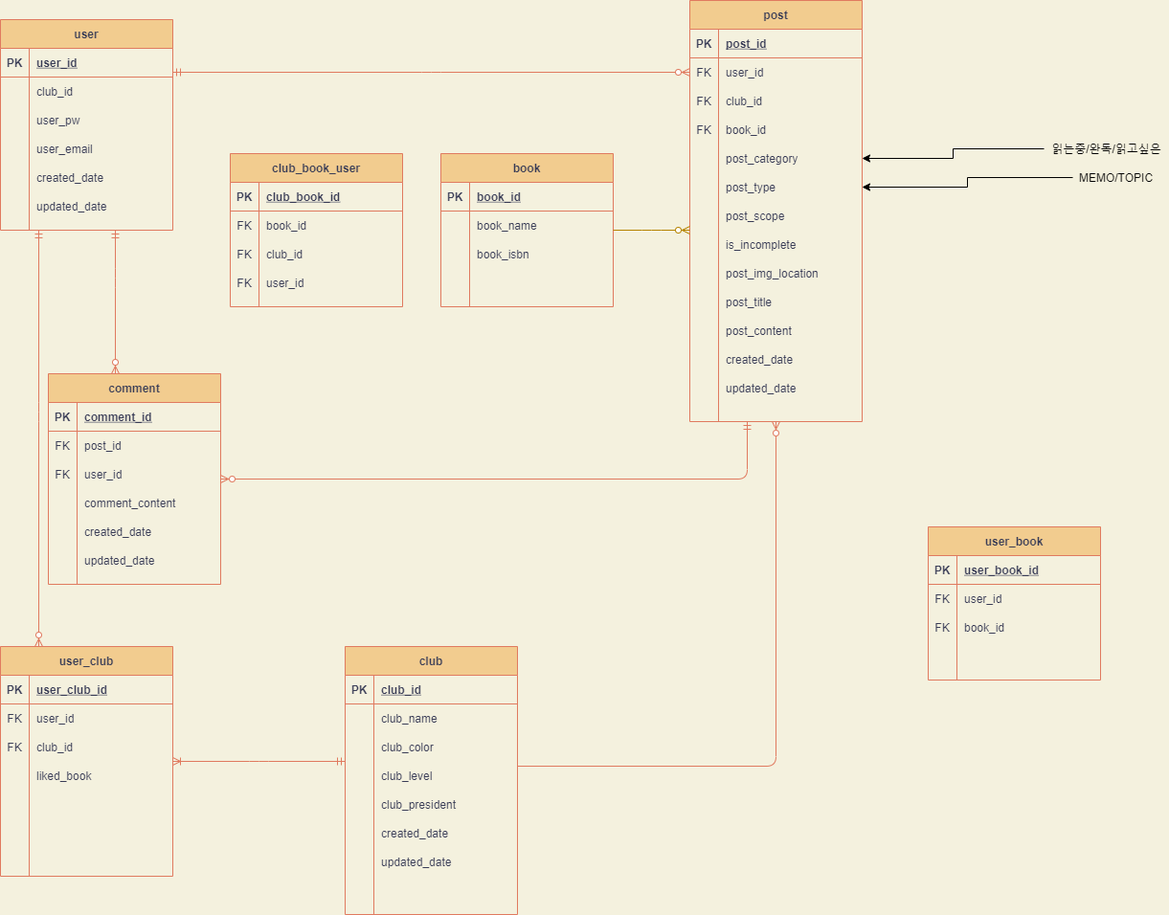
CYC0227/mangpoERD keeps this draw.io diagram as mangpo_ERD.png. Above is the earlier version. Source tidied: cells renumbered, new cells last; positions are measured from the earlier drawing's top-left corner, leaving out a move shared by most shapes.
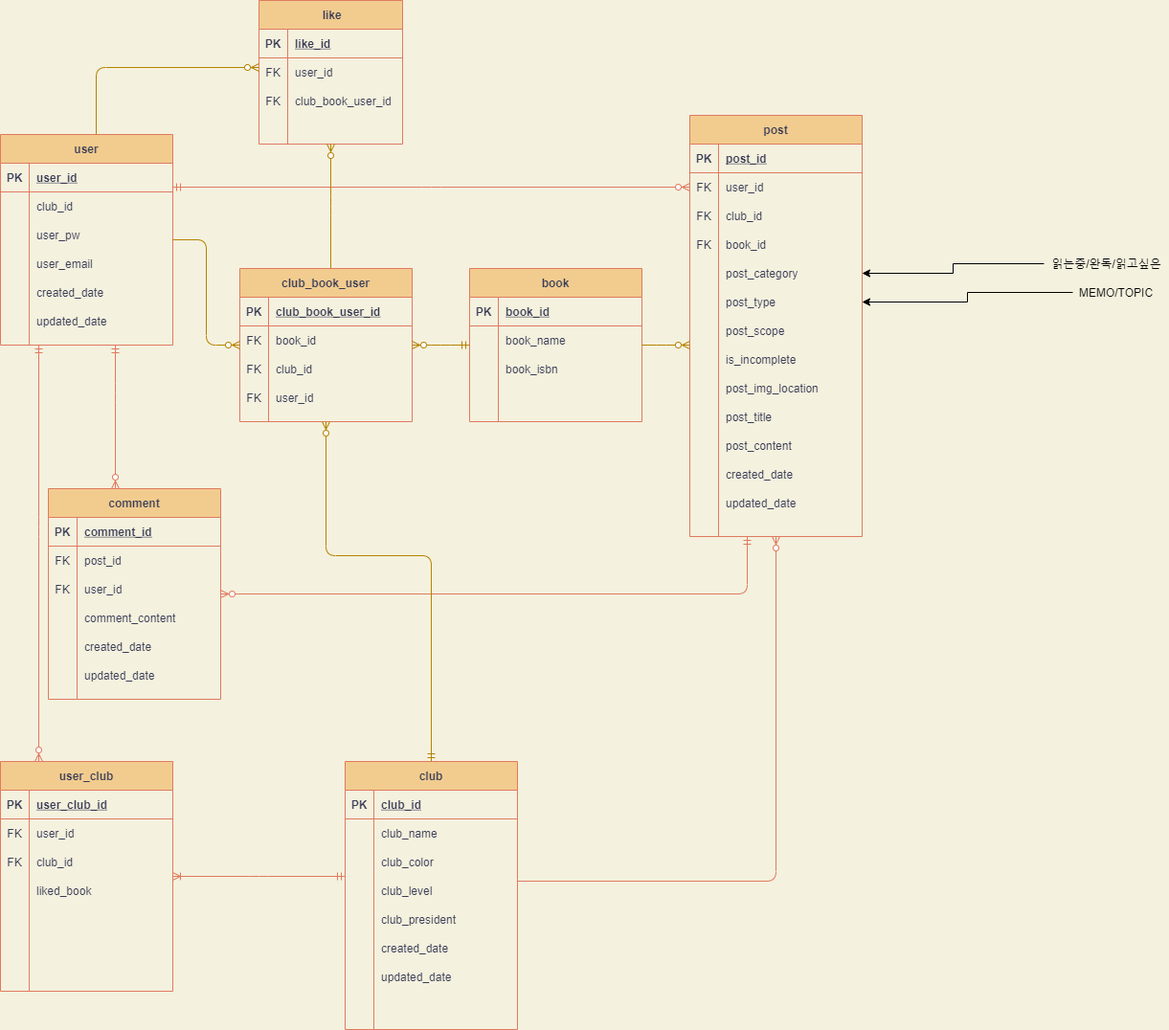
The same file after the commit.

What changed in the source:
```diff
@@ -409,7 +409,7 @@
       <mxGeometry relative="1" as="geometry" />
     </mxCell>
     <mxCell id="134" value="book" style="shape=table;startSize=30;rowLines=0;fontStyle=1;align=center;fillColor=#F2CC8F;strokeColor=#E07A5F;fontColor=#393C56;" parent="1" vertex="1">
-      <mxGeometry x="460" y="160" width="180" height="160" as="geometry" />
+      <mxGeometry x="490" y="160" width="180" height="160" as="geometry" />
     </mxCell>
     <mxCell id="135" style="shape=partialRectangle;fillColor=none;top=0;left=0;bottom=1;right=0;strokeColor=#E07A5F;fontColor=#393C56;" parent="134" vertex="1">
       <mxGeometry y="30" width="180" height="30" as="geometry" />
@@ -480,47 +480,8 @@
     <mxCell id="153" style="edgeStyle=elbowEdgeStyle;fontSize=12;html=1;endArrow=ERzeroToMany;endFill=1;elbow=vertical;fillColor=#ffe6cc;strokeColor=#B58300;" parent="1" edge="1" source="134" target="21">
       <mxGeometry relative="1" as="geometry" />
     </mxCell>
-    <mxCell id="154" value="user_book" style="shape=table;startSize=30;rowLines=0;fontStyle=1;align=center;fillColor=#F2CC8F;strokeColor=#E07A5F;fontColor=#393C56;" parent="1" vertex="1">
-      <mxGeometry x="969" y="550" width="180" height="160" as="geometry" />
-    </mxCell>
-    <mxCell id="155" style="shape=partialRectangle;fillColor=none;top=0;left=0;bottom=1;right=0;strokeColor=#E07A5F;fontColor=#393C56;" parent="154" vertex="1">
-      <mxGeometry y="30" width="180" height="30" as="geometry" />
-    </mxCell>
-    <mxCell id="156" value="PK" style="shape=partialRectangle;fillColor=none;top=0;left=0;bottom=0;right=0;fontStyle=1;overflow=hidden;strokeColor=#E07A5F;fontColor=#393C56;" parent="155" vertex="1">
-      <mxGeometry width="30" height="30" as="geometry" />
-    </mxCell>
-    <mxCell id="157" value="user_book_id" style="shape=partialRectangle;fillColor=none;top=0;left=0;bottom=0;right=0;align=left;spacingLeft=6;fontStyle=5;overflow=hidden;strokeColor=#E07A5F;fontColor=#393C56;" parent="155" vertex="1">
-      <mxGeometry x="30" width="150" height="30" as="geometry" />
-    </mxCell>
-    <mxCell id="158" style="shape=partialRectangle;fillColor=none;top=0;left=0;bottom=0;right=0;strokeColor=#E07A5F;fontColor=#393C56;" parent="154" vertex="1">
-      <mxGeometry y="60" width="180" height="30" as="geometry" />
-    </mxCell>
-    <mxCell id="159" value="FK" style="shape=partialRectangle;fillColor=none;top=0;left=0;bottom=0;right=0;overflow=hidden;strokeColor=#E07A5F;fontColor=#393C56;" parent="158" vertex="1">
-      <mxGeometry width="30" height="30" as="geometry" />
-    </mxCell>
-    <mxCell id="160" value="user_id" style="shape=partialRectangle;fillColor=none;top=0;left=0;bottom=0;right=0;align=left;spacingLeft=6;overflow=hidden;strokeColor=#E07A5F;fontColor=#393C56;" parent="158" vertex="1">
-      <mxGeometry x="30" width="150" height="30" as="geometry" />
-    </mxCell>
-    <mxCell id="161" style="shape=partialRectangle;fillColor=none;top=0;left=0;bottom=0;right=0;strokeColor=#E07A5F;fontColor=#393C56;" parent="154" vertex="1">
-      <mxGeometry y="90" width="180" height="30" as="geometry" />
-    </mxCell>
-    <mxCell id="162" value="FK" style="shape=partialRectangle;fillColor=none;top=0;left=0;bottom=0;right=0;overflow=hidden;strokeColor=#E07A5F;fontColor=#393C56;" parent="161" vertex="1">
-      <mxGeometry width="30" height="30" as="geometry" />
-    </mxCell>
-    <mxCell id="163" value="book_id" style="shape=partialRectangle;fillColor=none;top=0;left=0;bottom=0;right=0;align=left;spacingLeft=6;overflow=hidden;strokeColor=#E07A5F;fontColor=#393C56;" parent="161" vertex="1">
-      <mxGeometry x="30" width="150" height="30" as="geometry" />
-    </mxCell>
-    <mxCell id="164" style="shape=partialRectangle;fillColor=none;top=0;left=0;bottom=0;right=0;strokeColor=#E07A5F;fontColor=#393C56;" parent="154" vertex="1">
-      <mxGeometry y="120" width="180" height="30" as="geometry" />
-    </mxCell>
-    <mxCell id="165" style="shape=partialRectangle;fillColor=none;top=0;left=0;bottom=0;right=0;overflow=hidden;strokeColor=#E07A5F;fontColor=#393C56;" parent="164" vertex="1">
-      <mxGeometry width="30" height="30" as="geometry" />
-    </mxCell>
-    <mxCell id="166" style="shape=partialRectangle;fillColor=none;top=0;left=0;bottom=0;right=0;align=left;spacingLeft=6;overflow=hidden;strokeColor=#E07A5F;fontColor=#393C56;" parent="164" vertex="1">
-      <mxGeometry x="30" width="150" height="30" as="geometry" />
-    </mxCell>
     <mxCell id="167" value="club_book_user" style="shape=table;startSize=30;rowLines=0;fontStyle=1;align=center;fillColor=#F2CC8F;strokeColor=#E07A5F;fontColor=#393C56;" parent="1" vertex="1">
-      <mxGeometry x="240" y="160" width="180" height="160" as="geometry" />
+      <mxGeometry x="250" y="160" width="180" height="160" as="geometry" />
     </mxCell>
     <mxCell id="168" style="shape=partialRectangle;fillColor=none;top=0;left=0;bottom=1;right=0;strokeColor=#E07A5F;fontColor=#393C56;" parent="167" vertex="1">
       <mxGeometry y="30" width="180" height="30" as="geometry" />
@@ -528,7 +489,7 @@
     <mxCell id="169" value="PK" style="shape=partialRectangle;fillColor=none;top=0;left=0;bottom=0;right=0;fontStyle=1;overflow=hidden;strokeColor=#E07A5F;fontColor=#393C56;" parent="168" vertex="1">
       <mxGeometry width="30" height="30" as="geometry" />
     </mxCell>
-    <mxCell id="170" value="club_book_id" style="shape=partialRectangle;fillColor=none;top=0;left=0;bottom=0;right=0;align=left;spacingLeft=6;fontStyle=5;overflow=hidden;strokeColor=#E07A5F;fontColor=#393C56;" parent="168" vertex="1">
+    <mxCell id="170" value="club_book_user_id" style="shape=partialRectangle;fillColor=none;top=0;left=0;bottom=0;right=0;align=left;spacingLeft=6;fontStyle=5;overflow=hidden;strokeColor=#E07A5F;fontColor=#393C56;" parent="168" vertex="1">
       <mxGeometry x="30" width="150" height="30" as="geometry" />
     </mxCell>
     <mxCell id="171" style="shape=partialRectangle;fillColor=none;top=0;left=0;bottom=0;right=0;strokeColor=#E07A5F;fontColor=#393C56;" parent="167" vertex="1">
@@ -558,5 +519,69 @@
     <mxCell id="179" value="user_id" style="shape=partialRectangle;fillColor=none;top=0;left=0;bottom=0;right=0;align=left;spacingLeft=6;overflow=hidden;strokeColor=#E07A5F;fontColor=#393C56;" parent="177" vertex="1">
       <mxGeometry x="30" width="150" height="30" as="geometry" />
     </mxCell>
+    <mxCell id="180" style="edgeStyle=entityRelationEdgeStyle;fontSize=12;html=1;endArrow=ERzeroToMany;startArrow=ERmandOne;strokeColor=#B58300;" parent="1" edge="1" source="134" target="167">
+      <mxGeometry relative="1" as="geometry" />
+    </mxCell>
+    <mxCell id="181" style="edgeStyle=elbowEdgeStyle;fontSize=12;html=1;endArrow=ERzeroToMany;startArrow=ERmandOne;strokeColor=#B58300;elbow=vertical;" parent="1" edge="1" source="64" target="167">
+      <mxGeometry relative="1" as="geometry">
+        <Array as="points">
+          <mxPoint x="340" y="460" />
+          <mxPoint x="400" y="180" />
+          <mxPoint x="390" y="430" />
+        </Array>
+      </mxGeometry>
+    </mxCell>
+    <mxCell id="182" style="edgeStyle=elbowEdgeStyle;fontSize=12;html=1;endArrow=ERzeroToMany;endFill=1;strokeColor=#B58300;" parent="1" edge="1" source="2" target="167">
+      <mxGeometry relative="1" as="geometry" />
+    </mxCell>
+    <mxCell id="183" value=" like" style="shape=table;startSize=30;rowLines=0;fontStyle=1;align=center;fillColor=#F2CC8F;strokeColor=#E07A5F;fontColor=#393C56;" parent="1" vertex="1">
+      <mxGeometry x="270" y="-120" width="150" height="150" as="geometry" />
+    </mxCell>
+    <mxCell id="184" style="shape=partialRectangle;fillColor=none;top=0;left=0;bottom=1;right=0;strokeColor=#E07A5F;fontColor=#393C56;" parent="183" vertex="1">
+      <mxGeometry y="30" width="150" height="30" as="geometry" />
+    </mxCell>
+    <mxCell id="156" value="PK" style="shape=partialRectangle;fillColor=none;top=0;left=0;bottom=0;right=0;fontStyle=1;overflow=hidden;strokeColor=#E07A5F;fontColor=#393C56;" parent="184" vertex="1">
+      <mxGeometry width="30" height="30" as="geometry" />
+    </mxCell>
+    <mxCell id="185" value="like_id" style="shape=partialRectangle;fillColor=none;top=0;left=0;bottom=0;right=0;align=left;spacingLeft=6;fontStyle=5;overflow=hidden;strokeColor=#E07A5F;fontColor=#393C56;" parent="184" vertex="1">
+      <mxGeometry x="30" width="120" height="30" as="geometry" />
+    </mxCell>
+    <mxCell id="186" style="shape=partialRectangle;fillColor=none;top=0;left=0;bottom=0;right=0;strokeColor=#E07A5F;fontColor=#393C56;" parent="183" vertex="1">
+      <mxGeometry y="60" width="150" height="30" as="geometry" />
+    </mxCell>
+    <mxCell id="187" value="FK" style="shape=partialRectangle;fillColor=none;top=0;left=0;bottom=0;right=0;overflow=hidden;strokeColor=#E07A5F;fontColor=#393C56;" parent="186" vertex="1">
+      <mxGeometry width="30" height="30" as="geometry" />
+    </mxCell>
+    <mxCell id="160" value="user_id" style="shape=partialRectangle;fillColor=none;top=0;left=0;bottom=0;right=0;align=left;spacingLeft=6;overflow=hidden;strokeColor=#E07A5F;fontColor=#393C56;" parent="186" vertex="1">
+      <mxGeometry x="30" width="120" height="30" as="geometry" />
+    </mxCell>
+    <mxCell id="188" style="shape=partialRectangle;fillColor=none;top=0;left=0;bottom=0;right=0;strokeColor=#E07A5F;fontColor=#393C56;" parent="183" vertex="1">
+      <mxGeometry y="90" width="150" height="30" as="geometry" />
+    </mxCell>
+    <mxCell id="189" value="FK" style="shape=partialRectangle;fillColor=none;top=0;left=0;bottom=0;right=0;overflow=hidden;strokeColor=#E07A5F;fontColor=#393C56;" parent="188" vertex="1">
+      <mxGeometry width="30" height="30" as="geometry" />
+    </mxCell>
+    <mxCell id="190" value="club_book_user_id" style="shape=partialRectangle;fillColor=none;top=0;left=0;bottom=0;right=0;align=left;spacingLeft=6;overflow=hidden;strokeColor=#E07A5F;fontColor=#393C56;" parent="188" vertex="1">
+      <mxGeometry x="30" width="120" height="30" as="geometry" />
+    </mxCell>
+    <mxCell id="191" style="shape=partialRectangle;fillColor=none;top=0;left=0;bottom=0;right=0;strokeColor=#E07A5F;fontColor=#393C56;" parent="183" vertex="1">
+      <mxGeometry y="120" width="150" height="30" as="geometry" />
+    </mxCell>
+    <mxCell id="165" style="shape=partialRectangle;fillColor=none;top=0;left=0;bottom=0;right=0;overflow=hidden;strokeColor=#E07A5F;fontColor=#393C56;" parent="191" vertex="1">
+      <mxGeometry width="30" height="30" as="geometry" />
+    </mxCell>
+    <mxCell id="192" style="shape=partialRectangle;fillColor=none;top=0;left=0;bottom=0;right=0;align=left;spacingLeft=6;overflow=hidden;strokeColor=#E07A5F;fontColor=#393C56;" parent="191" vertex="1">
+      <mxGeometry x="30" width="120" height="30" as="geometry" />
+    </mxCell>
+    <mxCell id="193" style="edgeStyle=elbowEdgeStyle;fontSize=12;html=1;endArrow=ERzeroToMany;endFill=1;strokeColor=#B58300;" parent="1" edge="1" source="167" target="183">
+      <mxGeometry relative="1" as="geometry" />
+    </mxCell>
+    <mxCell id="194" style="edgeStyle=elbowEdgeStyle;fontSize=12;html=1;endArrow=ERzeroToMany;endFill=1;strokeColor=#B58300;" parent="1" edge="1" source="2" target="183">
+      <mxGeometry relative="1" as="geometry">
+        <Array as="points">
+          <mxPoint x="100" y="-50" />
+        </Array>
+      </mxGeometry>
+    </mxCell>
   </root>
 </mxGraphModel>
```
